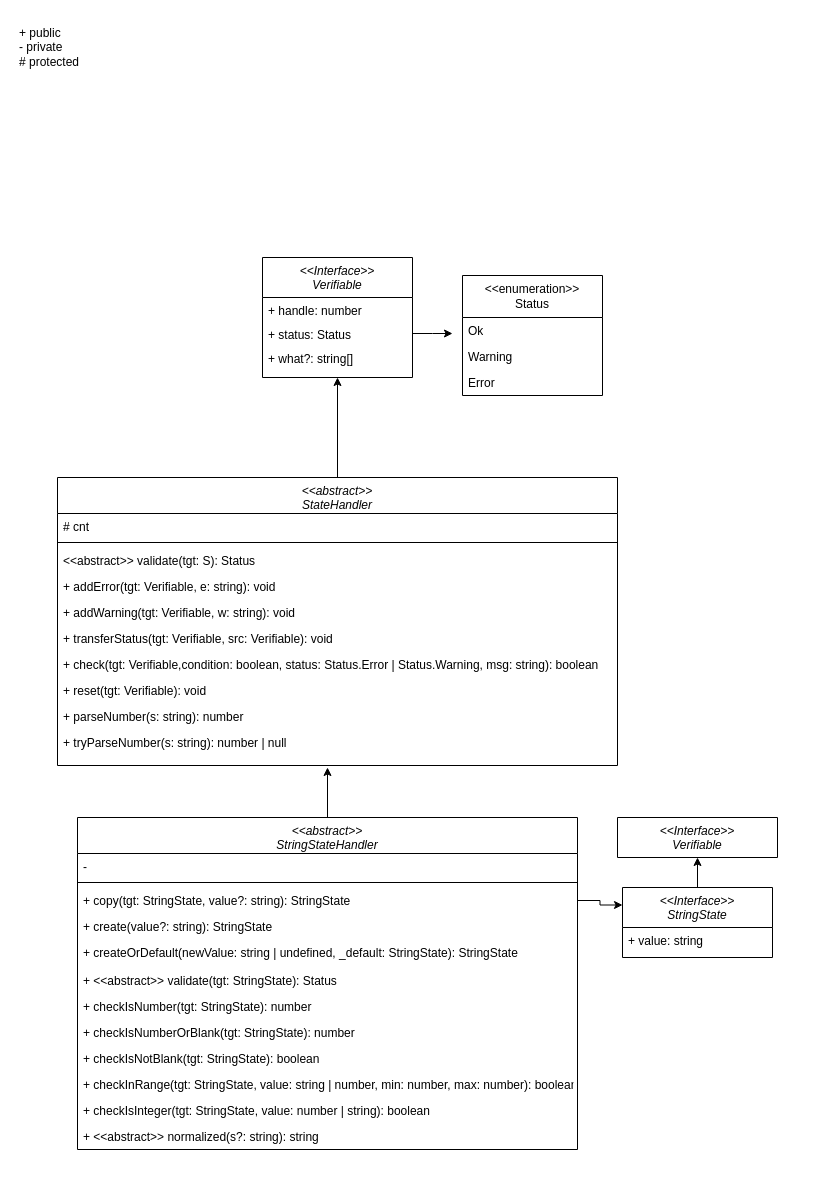
Above: Модель.drawio in orlov-oleg-developer/asuter-UML (draw.io), before the change. Source tidied: cells renumbered, new cells numbered last; positions are measured from the earlier drawing's top-left corner, leaving out a move shared by most shapes. Both pictures are drawn from the tidied source at 100%, with x=0, y=0 at pixel (17, 17).
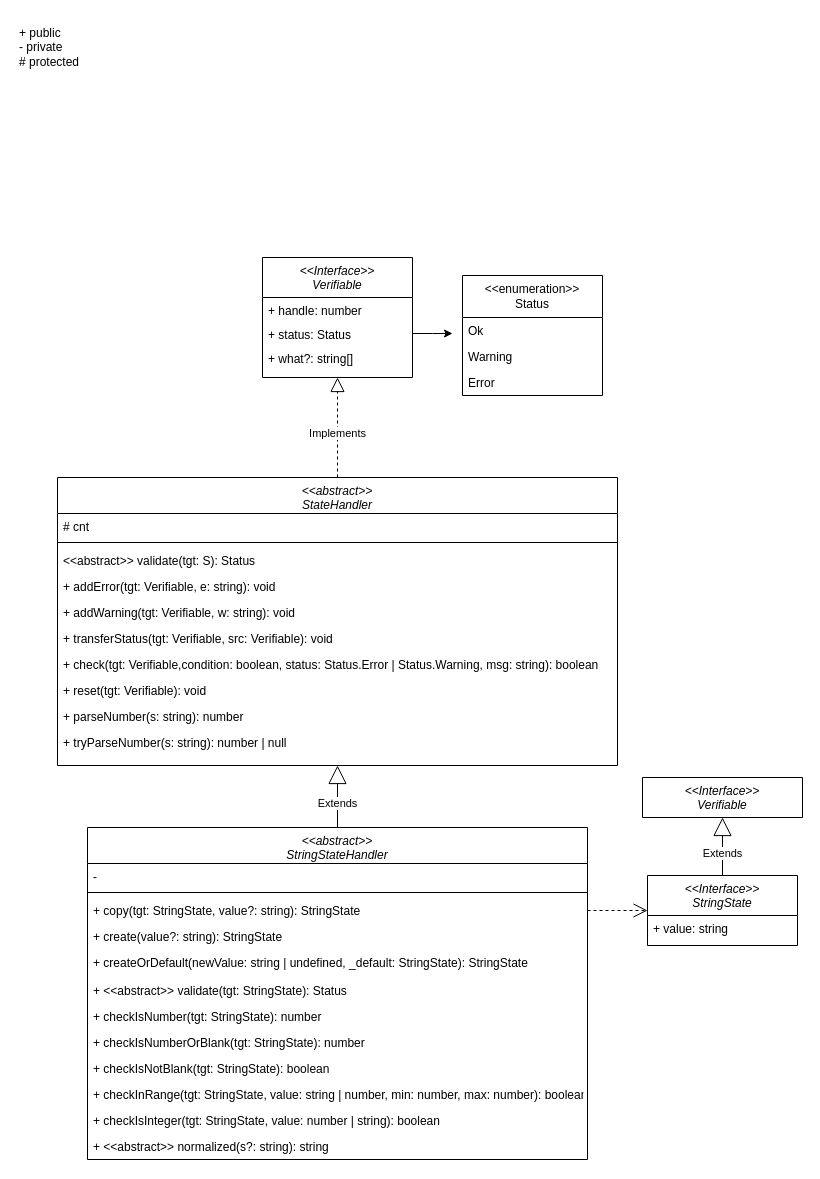
After the change.

Unchanged cells that the change refers to:
```xml
<mxCell id="3" value="&lt;&lt;abstract&gt;&gt;&#10;StateHandler" style="swimlane;fontStyle=2;align=center;verticalAlign=top;horizontal=1;startSize=36;rounded=0;shadow=0;strokeWidth=1;" parent="1" vertex="1">
  <mxGeometry x="40" y="460" width="560" height="288" as="geometry" />
</mxCell>
<mxCell id="15" value="&lt;&lt;Interface&gt;&gt;&#10;Verifiable" style="swimlane;fontStyle=2;align=center;verticalAlign=top;horizontal=1;startSize=40;rounded=0;shadow=0;strokeWidth=1;" parent="1" vertex="1">
  <mxGeometry x="245" y="240" width="150" height="120" as="geometry" />
</mxCell>
<mxCell id="28" value="+ copy(tgt: StringState, value?: string): StringState" style="text;align=left;verticalAlign=top;spacingLeft=4;spacingRight=4;overflow=hidden;points=[[0,0.5],[1,0.5]];portConstraint=eastwest;" parent="25" vertex="1">
  <mxGeometry y="70" width="500" height="26" as="geometry" />
</mxCell>
```

Change to the diagram source:
```diff
@@
-    <mxCell id="2" style="edgeStyle=orthogonalEdgeStyle;rounded=0;jettySize=auto;html=1;entryX=0.5;entryY=1;entryDx=0;entryDy=0;" parent="1" edge="1" source="3" target="15">
-      <mxGeometry relative="1" as="geometry" />
-    </mxCell>
@@
-    <mxCell id="24" style="edgeStyle=orthogonalEdgeStyle;rounded=0;jettySize=auto;html=1;" parent="1" edge="1" source="25">
-      <mxGeometry relative="1" as="geometry">
-        <mxPoint x="310" y="750" as="targetPoint" />
-      </mxGeometry>
-    </mxCell>
     <mxCell id="25" value="&lt;&lt;abstract&gt;&gt;&#10;StringStateHandler" style="swimlane;fontStyle=2;align=center;verticalAlign=top;horizontal=1;startSize=36;rounded=0;shadow=0;strokeWidth=1;" parent="1" vertex="1">
-      <mxGeometry x="60" y="800" width="500" height="332" as="geometry" />
+      <mxGeometry x="70" y="810" width="500" height="332" as="geometry" />
     </mxCell>
@@
-    <mxCell id="38" style="edgeStyle=orthogonalEdgeStyle;rounded=0;jettySize=auto;html=1;" parent="1" edge="1" source="39" target="41">
-      <mxGeometry relative="1" as="geometry" />
-    </mxCell>
     <mxCell id="39" value="&lt;&lt;Interface&gt;&gt;&#10;StringState" style="swimlane;fontStyle=2;align=center;verticalAlign=top;horizontal=1;startSize=40;rounded=0;shadow=0;strokeWidth=1;" parent="1" vertex="1">
-      <mxGeometry x="605" y="870" width="150" height="70" as="geometry" />
+      <mxGeometry x="630" y="858" width="150" height="70" as="geometry" />
     </mxCell>
@@
     <mxCell id="41" value="&lt;&lt;Interface&gt;&gt;&#10;Verifiable" style="swimlane;fontStyle=2;align=center;verticalAlign=top;horizontal=1;startSize=40;rounded=0;shadow=0;strokeWidth=1;" parent="1" vertex="1" collapsed="1">
-      <mxGeometry x="600" y="800" width="160" height="40" as="geometry" />
+      <mxGeometry x="625" y="760" width="160" height="40" as="geometry" />
     </mxCell>
+    <mxCell id="2" style="endArrow=block;dashed=1;endFill=0;endSize=12;html=1;rounded=0;exitX=0.5;exitY=0;exitDx=0;exitDy=0;entryX=0.5;entryY=1;entryDx=0;entryDy=0;" parent="1" edge="1" source="3" target="15">
+      <mxGeometry relative="1" as="geometry" />
+    </mxCell>
+    <mxCell id="43" value="Implements" style="edgeLabel;html=1;align=center;verticalAlign=middle;" parent="2" vertex="1">
+      <mxGeometry x="-0.11" y="1" relative="1" as="geometry" />
+    </mxCell>
+    <mxCell id="44" value="Extends" style="endArrow=block;endSize=16;endFill=0;html=1;rounded=0;exitX=0.5;exitY=0;exitDx=0;exitDy=0;entryX=0.5;entryY=1;entryDx=0;entryDy=0;" parent="1" edge="1" source="25" target="3">
+      <mxGeometry x="-0.23" relative="1" as="geometry" />
+    </mxCell>
-    <mxCell id="42" style="edgeStyle=orthogonalEdgeStyle;rounded=0;jettySize=auto;html=1;exitX=1;exitY=0.5;exitDx=0;exitDy=0;entryX=0;entryY=0.25;entryDx=0;entryDy=0;" parent="1" edge="1" source="28" target="39">
+    <mxCell id="42" style="endArrow=open;endSize=12;dashed=1;html=1;rounded=0;exitX=1;exitY=0.5;exitDx=0;exitDy=0;entryX=0;entryY=0.5;entryDx=0;entryDy=0;" parent="1" edge="1" source="28" target="39">
       <mxGeometry relative="1" as="geometry" />
     </mxCell>
+    <mxCell id="38" value="Extends" style="endArrow=block;endSize=16;endFill=0;html=1;rounded=0;entryX=0.5;entryY=1;entryDx=0;entryDy=0;exitX=0.5;exitY=0;exitDx=0;exitDy=0;" parent="1" edge="1" source="39" target="41">
+      <mxGeometry x="-0.23" relative="1" as="geometry" />
+    </mxCell>
```
